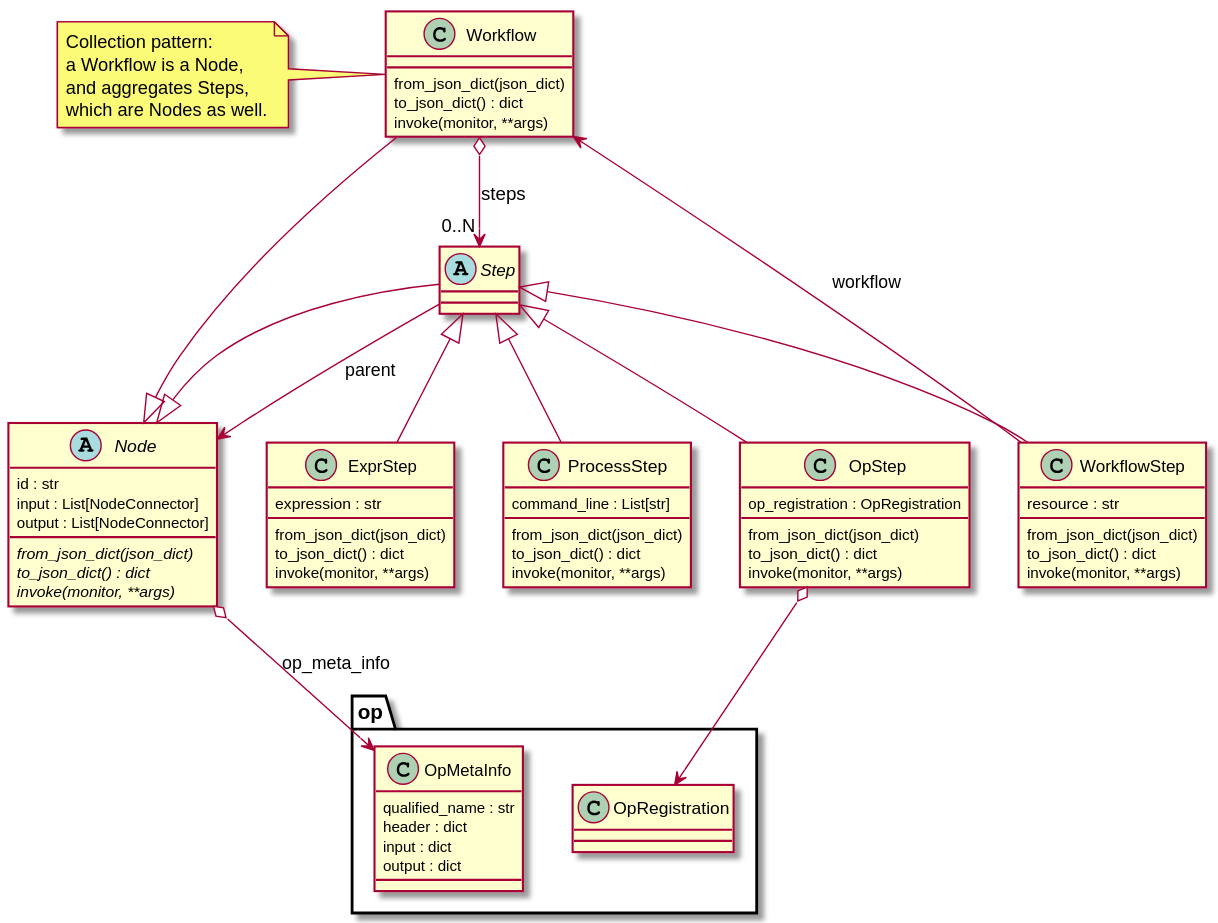
Before: doc/source/_static/uml/workflow.svg, a diagram exported from PlantUML (CCI-Tools/cate). Its source is kept beside it as doc/source/uml/workflow.puml. Its diagram source:
```plantuml
@startuml

abstract Node {
    id : str
    input : List[NodeConnector]
    output : List[NodeConnector]
    {abstract} from_json_dict(json_dict)
    {abstract} to_json_dict() : dict
    {abstract} invoke(monitor, **args)
}

class Workflow extends Node {
    from_json_dict(json_dict)
    to_json_dict() : dict
    invoke(monitor, **args)
}

abstract class Step extends Node {
}

class WorkflowStep extends Step {
    resource : str
}

class OpStep extends Step {
    op_registration : OpRegistration
}

class ExprStep extends Step {
    expression : str
}

class SubProcessStep extends Step {
    arguments : List[str]
}

class NoOpStep extends Step {
}

class ect.core.op.OpMetaInfo {
    qualified_name : str
    header : dict
    input : dict
    output : dict
}

WorkflowStep --> Workflow: workflow
OpStep o--> ect.core.op.OpRegistration
Node o--> ect.core.op.OpMetaInfo: op_meta_info
Workflow o--> "0..N" Step: steps
Step --> Node : parent


note left of Workflow
Collection pattern:
a Workflow is a Node,
and aggregates Steps,
which are Nodes as well.
end note

@enduml
```
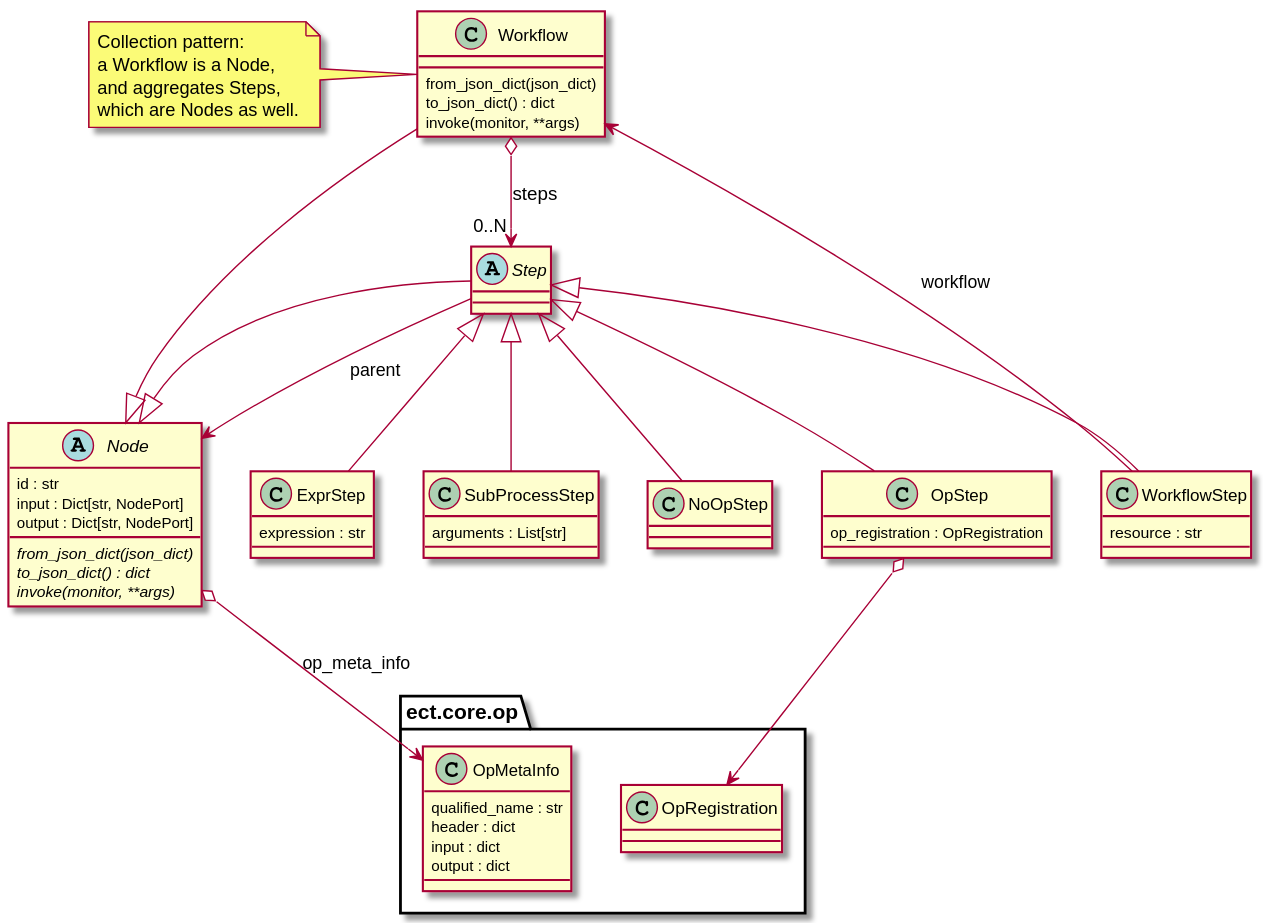
Above is the later version.

Diff of the diagram source:
```diff
@@ -2,8 +2,8 @@
 
 abstract Node {
     id : str
-    input : List[NodeConnector]
-    output : List[NodeConnector]
+    input : Dict[str, NodePort]
+    output : Dict[str, NodePort]
     {abstract} from_json_dict(json_dict)
     {abstract} to_json_dict() : dict
     {abstract} invoke(monitor, **args)
```
